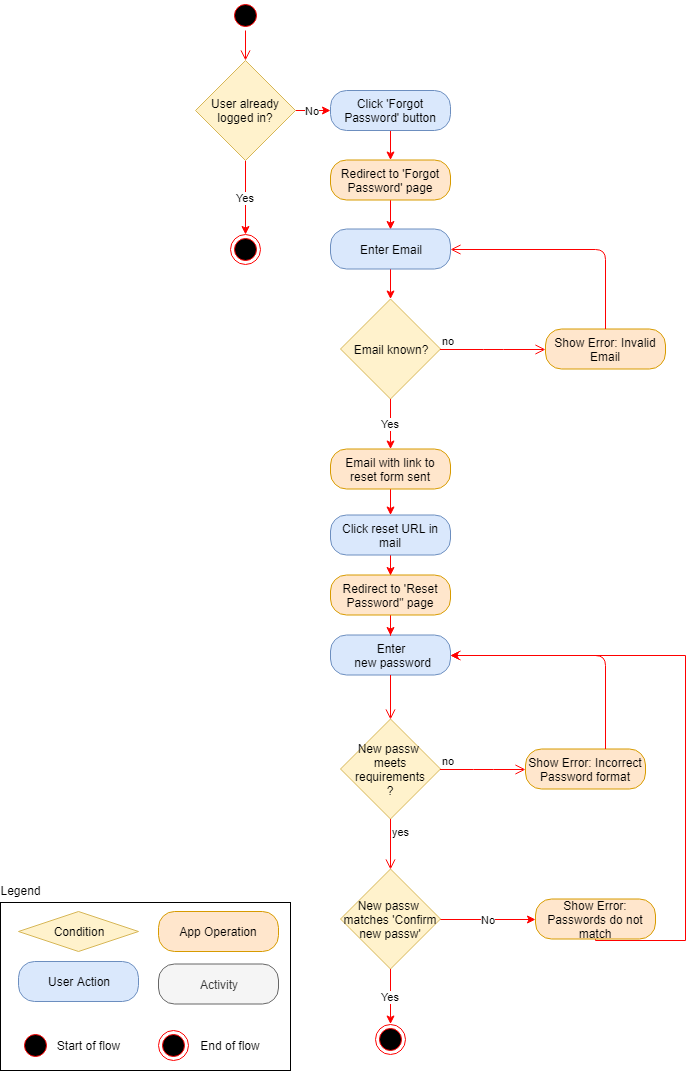
Above: Documentation/Diagrams/Activity Diagram/Screenshots/Event Tracker - Activity Diagram - Reset Password.png in Evdes/EventTracker (draw.io), before the change. Source tidied: cells renumbered, new cells last; positions are measured from the earlier drawing's top-left corner, leaving out a move shared by most shapes.
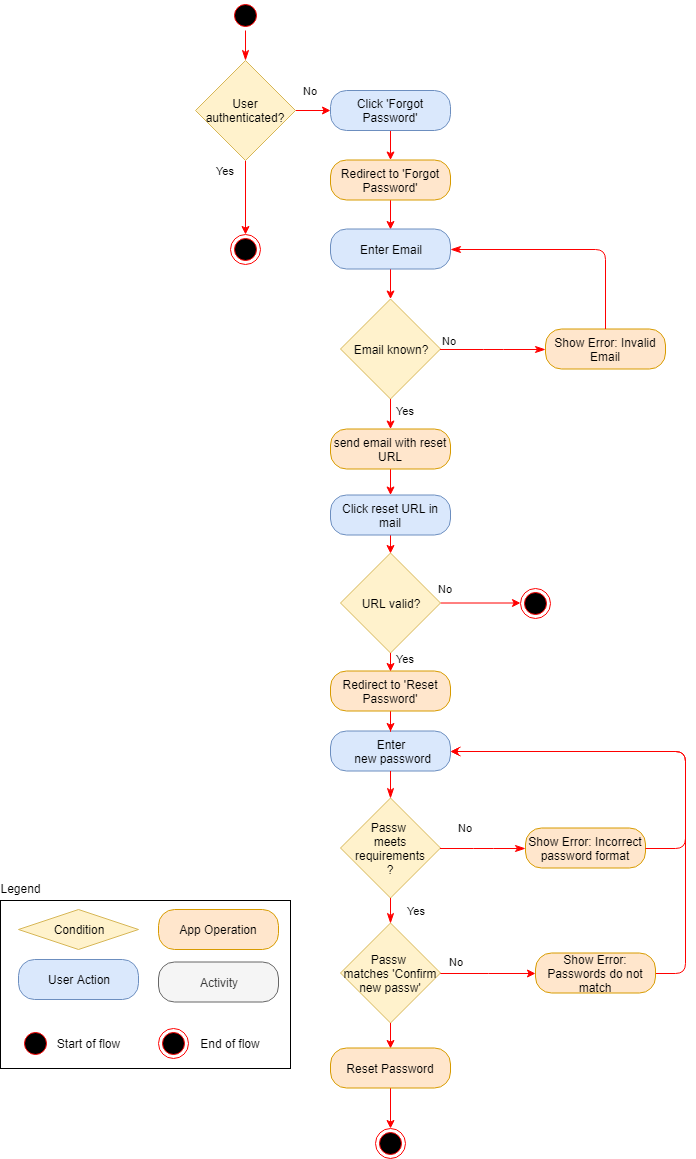
After the commit.

What changed in the source:
```diff
@@ -3,155 +3,181 @@
     <mxCell id="0" />
     <mxCell id="1" parent="0" />
     <mxCell id="2" style="ellipse;html=1;shape=startState;fillColor=#000000;strokeColor=#ff0000;" parent="1" vertex="1">
-      <mxGeometry x="230" width="30" height="30" as="geometry" />
+      <mxGeometry x="230" y="-18" width="30" height="30" as="geometry" />
     </mxCell>
-    <mxCell id="3" style="edgeStyle=orthogonalEdgeStyle;html=1;verticalAlign=bottom;endArrow=open;endSize=8;strokeColor=#ff0000;" parent="1" edge="1" source="2" target="46">
+    <mxCell id="3" style="edgeStyle=orthogonalEdgeStyle;html=1;verticalAlign=bottom;endArrow=classicThin;endSize=8;strokeColor=#ff0000;endFill=1;" parent="1" edge="1" source="2" target="46">
       <mxGeometry relative="1" as="geometry" />
     </mxCell>
     <mxCell id="4" style="edgeStyle=orthogonalEdgeStyle;rounded=0;jettySize=auto;html=1;strokeColor=#FF0000;" parent="1" edge="1" source="5" target="7">
       <mxGeometry relative="1" as="geometry" />
     </mxCell>
-    <mxCell id="5" value="Click 'Forgot Password' button" style="rounded=1;whiteSpace=wrap;html=1;arcSize=40;fillColor=#dae8fc;strokeColor=#6c8ebf;" parent="1" vertex="1">
-      <mxGeometry x="330" y="90" width="120" height="40" as="geometry" />
+    <mxCell id="5" value="Click 'Forgot Password'" style="rounded=1;whiteSpace=wrap;html=1;arcSize=40;fillColor=#dae8fc;strokeColor=#6c8ebf;" parent="1" vertex="1">
+      <mxGeometry x="330" y="72" width="120" height="40" as="geometry" />
     </mxCell>
     <mxCell id="6" style="edgeStyle=orthogonalEdgeStyle;rounded=0;jettySize=auto;html=1;strokeColor=#FF0000;entryX=0.5;entryY=0;entryDx=0;entryDy=0;" parent="1" edge="1" source="7" target="9">
       <mxGeometry relative="1" as="geometry" />
     </mxCell>
-    <mxCell id="7" value="Redirect to 'Forgot Password' page" style="rounded=1;whiteSpace=wrap;html=1;arcSize=40;fillColor=#ffe6cc;strokeColor=#d79b00;" parent="1" vertex="1">
-      <mxGeometry x="330" y="159.5" width="120" height="40" as="geometry" />
+    <mxCell id="7" value="Redirect to 'Forgot Password'" style="rounded=1;whiteSpace=wrap;html=1;arcSize=40;fillColor=#ffe6cc;strokeColor=#d79b00;" parent="1" vertex="1">
+      <mxGeometry x="330" y="141.5" width="120" height="40" as="geometry" />
     </mxCell>
     <mxCell id="8" style="edgeStyle=orthogonalEdgeStyle;rounded=0;jettySize=auto;html=1;strokeColor=#FF0000;" parent="1" edge="1" source="9" target="11">
       <mxGeometry relative="1" as="geometry" />
     </mxCell>
     <mxCell id="9" value="Enter Email" style="rounded=1;whiteSpace=wrap;html=1;arcSize=40;fillColor=#dae8fc;strokeColor=#6c8ebf;" parent="1" vertex="1">
-      <mxGeometry x="330" y="228.5" width="120" height="40" as="geometry" />
+      <mxGeometry x="330" y="210.5" width="120" height="40" as="geometry" />
     </mxCell>
     <mxCell id="10" value="Yes" style="edgeStyle=orthogonalEdgeStyle;rounded=0;jettySize=auto;html=1;strokeColor=#FF0000;" parent="1" edge="1" source="11" target="14">
-      <mxGeometry relative="1" as="geometry" />
+      <mxGeometry x="-0.54" y="15" relative="1" as="geometry" />
     </mxCell>
     <mxCell id="11" value="Email known?" style="rhombus;whiteSpace=wrap;html=1;fillColor=#fff2cc;strokeColor=#d6b656;" parent="1" vertex="1">
-      <mxGeometry x="340" y="298.5" width="100" height="100" as="geometry" />
+      <mxGeometry x="340" y="280.5" width="100" height="100" as="geometry" />
     </mxCell>
-    <mxCell id="12" value="no" style="edgeStyle=orthogonalEdgeStyle;html=1;align=left;verticalAlign=bottom;endArrow=open;endSize=8;strokeColor=#ff0000;entryX=0;entryY=0.5;entryDx=0;entryDy=0;" parent="1" edge="1" source="11" target="21">
+    <mxCell id="12" value="No" style="edgeStyle=orthogonalEdgeStyle;html=1;align=left;verticalAlign=bottom;endArrow=classicThin;endSize=8;strokeColor=#ff0000;entryX=0;entryY=0.5;entryDx=0;entryDy=0;endFill=1;" parent="1" edge="1" source="11" target="21">
       <mxGeometry x="-1" relative="1" as="geometry" />
     </mxCell>
     <mxCell id="13" style="edgeStyle=orthogonalEdgeStyle;rounded=0;jettySize=auto;html=1;strokeColor=#FF0000;" parent="1" edge="1" source="14" target="16">
       <mxGeometry relative="1" as="geometry" />
     </mxCell>
-    <mxCell id="14" value="Email with link to reset form sent" style="rounded=1;whiteSpace=wrap;html=1;arcSize=40;fillColor=#ffe6cc;strokeColor=#d79b00;" parent="1" vertex="1">
-      <mxGeometry x="330" y="448.5" width="120" height="40" as="geometry" />
+    <mxCell id="14" value="send email with reset URL" style="rounded=1;whiteSpace=wrap;html=1;arcSize=40;fillColor=#ffe6cc;strokeColor=#d79b00;" parent="1" vertex="1">
+      <mxGeometry x="330" y="410.5" width="120" height="40" as="geometry" />
     </mxCell>
-    <mxCell id="15" style="edgeStyle=orthogonalEdgeStyle;rounded=0;jettySize=auto;html=1;strokeColor=#FF0000;entryX=0.5;entryY=0;entryDx=0;entryDy=0;" parent="1" edge="1" source="16" target="43">
-      <mxGeometry relative="1" as="geometry" />
-    </mxCell>
+    <mxCell id="48" style="edgeStyle=orthogonalEdgeStyle;rounded=1;jettySize=auto;html=1;entryX=0.5;entryY=0;entryDx=0;entryDy=0;strokeColor=#FF0000;" parent="1" edge="1" source="16" target="51">
+      <mxGeometry relative="1" as="geometry" />
+    </mxCell>
     <mxCell id="16" value="Click reset URL in mail" style="rounded=1;whiteSpace=wrap;html=1;arcSize=40;fillColor=#dae8fc;strokeColor=#6c8ebf;" parent="1" vertex="1">
-      <mxGeometry x="330" y="514.5" width="120" height="40" as="geometry" />
+      <mxGeometry x="330" y="476.5" width="120" height="40" as="geometry" />
     </mxCell>
     <mxCell id="17" value="Enter&lt;br&gt;&amp;nbsp;new password" style="rounded=1;whiteSpace=wrap;html=1;arcSize=40;fillColor=#dae8fc;strokeColor=#6c8ebf;" parent="1" vertex="1">
-      <mxGeometry x="330" y="634.5" width="120" height="40" as="geometry" />
+      <mxGeometry x="330" y="712.5" width="120" height="40" as="geometry" />
     </mxCell>
-    <mxCell id="18" style="edgeStyle=orthogonalEdgeStyle;html=1;verticalAlign=bottom;endArrow=open;endSize=8;strokeColor=#ff0000;entryX=0.5;entryY=0;entryDx=0;entryDy=0;" parent="1" edge="1" source="17" target="19">
+    <mxCell id="18" style="edgeStyle=orthogonalEdgeStyle;html=1;verticalAlign=bottom;endArrow=classicThin;endSize=8;strokeColor=#ff0000;entryX=0.5;entryY=0;entryDx=0;entryDy=0;endFill=1;" parent="1" edge="1" source="17" target="19">
       <mxGeometry relative="1" as="geometry" />
     </mxCell>
-    <mxCell id="19" value="New passw&amp;nbsp;&lt;br&gt;meets requirements&lt;br&gt;?&lt;br&gt;" style="rhombus;whiteSpace=wrap;html=1;fillColor=#fff2cc;strokeColor=#d6b656;" parent="1" vertex="1">
-      <mxGeometry x="340" y="718.5" width="100" height="100" as="geometry" />
+    <mxCell id="19" value="Passw&amp;nbsp;&lt;br&gt;meets requirements&lt;br&gt;?&lt;br&gt;" style="rhombus;whiteSpace=wrap;html=1;fillColor=#fff2cc;strokeColor=#d6b656;" parent="1" vertex="1">
+      <mxGeometry x="340" y="779.5" width="100" height="100" as="geometry" />
     </mxCell>
-    <mxCell id="20" value="no" style="edgeStyle=orthogonalEdgeStyle;html=1;align=left;verticalAlign=bottom;endArrow=open;endSize=8;strokeColor=#ff0000;entryX=0;entryY=0.5;entryDx=0;entryDy=0;" parent="1" edge="1" source="19" target="23">
-      <mxGeometry x="-1" relative="1" as="geometry" />
+    <mxCell id="20" value="No" style="edgeStyle=orthogonalEdgeStyle;html=1;align=left;verticalAlign=bottom;endArrow=classicThin;endSize=8;strokeColor=#ff0000;entryX=0;entryY=0.5;entryDx=0;entryDy=0;endFill=1;" parent="1" edge="1" source="19" target="23">
+      <mxGeometry x="0.02" y="30" relative="1" as="geometry">
+        <mxPoint x="-27" y="18" as="offset" />
+      </mxGeometry>
     </mxCell>
     <mxCell id="21" value="Show Error: Invalid Email" style="rounded=1;whiteSpace=wrap;html=1;arcSize=40;fillColor=#ffe6cc;strokeColor=#d79b00;" parent="1" vertex="1">
-      <mxGeometry x="545" y="328.5" width="120" height="40" as="geometry" />
+      <mxGeometry x="545" y="310.5" width="120" height="40" as="geometry" />
     </mxCell>
-    <mxCell id="22" style="edgeStyle=orthogonalEdgeStyle;html=1;verticalAlign=bottom;endArrow=open;endSize=8;strokeColor=#ff0000;entryX=1;entryY=0.5;entryDx=0;entryDy=0;" parent="1" edge="1" source="21" target="9">
+    <mxCell id="22" style="edgeStyle=orthogonalEdgeStyle;html=1;verticalAlign=bottom;endArrow=classicThin;endSize=8;strokeColor=#ff0000;entryX=1;entryY=0.5;entryDx=0;entryDy=0;endFill=1;" parent="1" edge="1" source="21" target="9">
       <mxGeometry relative="1" as="geometry">
         <Array as="points">
-          <mxPoint x="605" y="248.5" />
+          <mxPoint x="605" y="230.5" />
         </Array>
       </mxGeometry>
     </mxCell>
-    <mxCell id="23" value="Show Error:&amp;nbsp;Incorrect Password format" style="rounded=1;whiteSpace=wrap;html=1;arcSize=40;fillColor=#ffe6cc;strokeColor=#d79b00;" parent="1" vertex="1">
-      <mxGeometry x="525" y="748.5" width="120" height="40" as="geometry" />
+    <mxCell id="23" value="Show Error:&amp;nbsp;Incorrect password format" style="rounded=1;whiteSpace=wrap;html=1;arcSize=40;fillColor=#ffe6cc;strokeColor=#d79b00;" parent="1" vertex="1">
+      <mxGeometry x="525" y="809.5" width="120" height="40" as="geometry" />
     </mxCell>
     <mxCell id="24" style="edgeStyle=orthogonalEdgeStyle;html=1;verticalAlign=bottom;endArrow=open;endSize=8;strokeColor=#ff0000;entryX=1;entryY=0.5;entryDx=0;entryDy=0;" parent="1" edge="1" source="23" target="17">
       <mxGeometry relative="1" as="geometry">
         <Array as="points">
-          <mxPoint x="605" y="654.5" />
+          <mxPoint x="685" y="830" />
+          <mxPoint x="685" y="733" />
         </Array>
       </mxGeometry>
     </mxCell>
-    <mxCell id="25" style="edgeStyle=orthogonalEdgeStyle;rounded=0;jettySize=auto;html=1;strokeColor=#FF0000;entryX=1;entryY=0.5;entryDx=0;entryDy=0;" parent="1" edge="1" source="26" target="17">
+    <mxCell id="25" style="edgeStyle=orthogonalEdgeStyle;rounded=1;jettySize=auto;html=1;strokeColor=#FF0000;entryX=1;entryY=0.5;entryDx=0;entryDy=0;exitX=1;exitY=0.5;exitDx=0;exitDy=0;" parent="1" edge="1" source="26" target="17">
       <mxGeometry relative="1" as="geometry">
         <Array as="points">
-          <mxPoint x="685" y="939.5" />
-          <mxPoint x="685" y="654.5" />
+          <mxPoint x="685" y="955" />
+          <mxPoint x="685" y="733" />
         </Array>
       </mxGeometry>
     </mxCell>
     <mxCell id="26" value="Show Error: Passwords do not match" style="rounded=1;whiteSpace=wrap;html=1;arcSize=40;fillColor=#ffe6cc;strokeColor=#d79b00;" parent="1" vertex="1">
-      <mxGeometry x="535" y="898.5" width="120" height="40" as="geometry" />
+      <mxGeometry x="535" y="934.5" width="120" height="40" as="geometry" />
     </mxCell>
     <mxCell id="27" value="No" style="edgeStyle=orthogonalEdgeStyle;rounded=0;jettySize=auto;html=1;strokeColor=#FF0000;entryX=0;entryY=0.5;entryDx=0;entryDy=0;" parent="1" edge="1" source="28" target="26">
-      <mxGeometry relative="1" as="geometry" />
+      <mxGeometry x="0.02" y="35" relative="1" as="geometry">
+        <mxPoint x="-32" y="23" as="offset" />
+      </mxGeometry>
     </mxCell>
+    <mxCell id="49" style="edgeStyle=orthogonalEdgeStyle;rounded=1;jettySize=auto;html=1;strokeColor=#FF0000;entryX=0.5;entryY=0;entryDx=0;entryDy=0;" parent="1" edge="1" source="28" target="54">
+      <mxGeometry relative="1" as="geometry" />
+    </mxCell>
-    <mxCell id="28" value="New passw &lt;br&gt;matches 'Confirm new passw'" style="rhombus;whiteSpace=wrap;html=1;fillColor=#fff2cc;strokeColor=#d6b656;" parent="1" vertex="1">
-      <mxGeometry x="340" y="868.5" width="100" height="100" as="geometry" />
+    <mxCell id="28" value="Passw &lt;br&gt;matches 'Confirm new passw'" style="rhombus;whiteSpace=wrap;html=1;fillColor=#fff2cc;strokeColor=#d6b656;" parent="1" vertex="1">
+      <mxGeometry x="340" y="904.5" width="100" height="100" as="geometry" />
     </mxCell>
-    <mxCell id="29" value="yes" style="edgeStyle=orthogonalEdgeStyle;html=1;align=left;verticalAlign=top;endArrow=open;endSize=8;strokeColor=#ff0000;entryX=0.5;entryY=0;entryDx=0;entryDy=0;" parent="1" edge="1" source="19" target="28">
-      <mxGeometry x="-1" relative="1" as="geometry" />
+    <mxCell id="29" value="Yes" style="edgeStyle=orthogonalEdgeStyle;html=1;align=left;verticalAlign=top;endArrow=classicThin;endSize=8;strokeColor=#ff0000;entryX=0.5;entryY=0;entryDx=0;entryDy=0;endFill=1;" parent="1" edge="1" source="19" target="28">
+      <mxGeometry x="-1" y="15" relative="1" as="geometry" />
     </mxCell>
     <mxCell id="30" style="ellipse;html=1;shape=endState;fillColor=#000000;strokeColor=#ff0000;" parent="1" vertex="1">
-      <mxGeometry x="375" y="1023.5" width="30" height="30" as="geometry" />
+      <mxGeometry x="375" y="1110" width="30" height="30" as="geometry" />
     </mxCell>
-    <mxCell id="31" value="Yes" style="edgeStyle=orthogonalEdgeStyle;rounded=0;jettySize=auto;html=1;strokeColor=#FF0000;" parent="1" edge="1" source="28" target="30">
-      <mxGeometry relative="1" as="geometry" />
-    </mxCell>
     <mxCell id="32" style="rounded=0;whiteSpace=wrap;html=1;fillColor=none;" parent="1" vertex="1">
-      <mxGeometry y="902" width="290" height="168" as="geometry" />
+      <mxGeometry y="882" width="290" height="168" as="geometry" />
     </mxCell>
     <mxCell id="33" value="User Action" style="rounded=1;whiteSpace=wrap;html=1;arcSize=40;fillColor=#dae8fc;strokeColor=#6c8ebf;" parent="1" vertex="1">
-      <mxGeometry x="18" y="961" width="120" height="40" as="geometry" />
+      <mxGeometry x="18" y="941" width="120" height="40" as="geometry" />
     </mxCell>
     <mxCell id="34" value="Legend" style="text;html=1;strokeColor=none;fillColor=none;align=center;verticalAlign=middle;whiteSpace=wrap;rounded=0;" parent="1" vertex="1">
-      <mxGeometry y="880" width="40" height="20" as="geometry" />
+      <mxGeometry y="860" width="40" height="20" as="geometry" />
     </mxCell>
     <mxCell id="35" value="Activity" style="rounded=1;whiteSpace=wrap;html=1;arcSize=40;fillColor=#f5f5f5;strokeColor=#666666;fontColor=#333333;" parent="1" vertex="1">
-      <mxGeometry x="158" y="963.5" width="120" height="40" as="geometry" />
+      <mxGeometry x="158" y="943.5" width="120" height="40" as="geometry" />
     </mxCell>
     <mxCell id="36" value="Condition" style="rhombus;whiteSpace=wrap;html=1;fillColor=#fff2cc;strokeColor=#d6b656;" parent="1" vertex="1">
-      <mxGeometry x="18" y="911" width="120" height="40" as="geometry" />
+      <mxGeometry x="18" y="891" width="120" height="40" as="geometry" />
     </mxCell>
     <mxCell id="37" value="App Operation" style="rounded=1;whiteSpace=wrap;html=1;arcSize=40;fillColor=#ffe6cc;strokeColor=#d79b00;" parent="1" vertex="1">
-      <mxGeometry x="158" y="911" width="120" height="40" as="geometry" />
+      <mxGeometry x="158" y="891" width="120" height="40" as="geometry" />
     </mxCell>
     <mxCell id="38" style="ellipse;html=1;shape=startState;fillColor=#000000;strokeColor=#ff0000;" parent="1" vertex="1">
-      <mxGeometry x="20" y="1030" width="30" height="30" as="geometry" />
+      <mxGeometry x="20" y="1010" width="30" height="30" as="geometry" />
     </mxCell>
     <mxCell id="39" style="ellipse;html=1;shape=endState;fillColor=#000000;strokeColor=#ff0000;" parent="1" vertex="1">
-      <mxGeometry x="158" y="1030" width="30" height="30" as="geometry" />
+      <mxGeometry x="158" y="1010" width="30" height="30" as="geometry" />
     </mxCell>
     <mxCell id="40" value="Start of flow" style="text;html=1;strokeColor=none;fillColor=none;align=center;verticalAlign=middle;whiteSpace=wrap;rounded=0;" parent="1" vertex="1">
-      <mxGeometry x="50" y="1035" width="75" height="20" as="geometry" />
+      <mxGeometry x="50" y="1015" width="75" height="20" as="geometry" />
     </mxCell>
     <mxCell id="41" value="End of flow" style="text;html=1;strokeColor=none;fillColor=none;align=center;verticalAlign=middle;whiteSpace=wrap;rounded=0;" parent="1" vertex="1">
-      <mxGeometry x="195" y="1035" width="70" height="20" as="geometry" />
+      <mxGeometry x="195" y="1015" width="70" height="20" as="geometry" />
     </mxCell>
     <mxCell id="42" style="edgeStyle=orthogonalEdgeStyle;rounded=0;jettySize=auto;html=1;strokeColor=#FF0000;entryX=0.5;entryY=0;entryDx=0;entryDy=0;" parent="1" edge="1" source="43" target="17">
       <mxGeometry relative="1" as="geometry" />
     </mxCell>
-    <mxCell id="43" value="Redirect to 'Reset Password&quot; page" style="rounded=1;whiteSpace=wrap;html=1;arcSize=40;fillColor=#ffe6cc;strokeColor=#d79b00;" parent="1" vertex="1">
-      <mxGeometry x="330" y="574.5" width="120" height="40" as="geometry" />
+    <mxCell id="43" value="Redirect to 'Reset Password'" style="rounded=1;whiteSpace=wrap;html=1;arcSize=40;fillColor=#ffe6cc;strokeColor=#d79b00;" parent="1" vertex="1">
+      <mxGeometry x="330" y="652.5" width="120" height="40" as="geometry" />
     </mxCell>
     <mxCell id="44" value="Yes" style="edgeStyle=orthogonalEdgeStyle;rounded=0;jettySize=auto;html=1;strokeColor=#FF0000;entryX=0.5;entryY=0;entryDx=0;entryDy=0;" parent="1" edge="1" source="46" target="47">
-      <mxGeometry relative="1" as="geometry" />
+      <mxGeometry x="-0.73" y="-20" relative="1" as="geometry" />
     </mxCell>
     <mxCell id="45" value="No" style="edgeStyle=orthogonalEdgeStyle;rounded=0;jettySize=auto;html=1;strokeColor=#FF0000;" parent="1" edge="1" source="46" target="5">
-      <mxGeometry relative="1" as="geometry" />
+      <mxGeometry x="0.11" y="20" relative="1" as="geometry" />
     </mxCell>
-    <mxCell id="46" value="User already logged in?" style="rhombus;whiteSpace=wrap;html=1;fillColor=#fff2cc;strokeColor=#d6b656;" parent="1" vertex="1">
-      <mxGeometry x="195" y="60" width="100" height="100" as="geometry" />
+    <mxCell id="46" value="User authenticated?" style="rhombus;whiteSpace=wrap;html=1;fillColor=#fff2cc;strokeColor=#d6b656;" parent="1" vertex="1">
+      <mxGeometry x="195" y="42" width="100" height="100" as="geometry" />
     </mxCell>
     <mxCell id="47" style="ellipse;html=1;shape=endState;fillColor=#000000;strokeColor=#ff0000;" parent="1" vertex="1">
-      <mxGeometry x="230" y="233.5" width="30" height="30" as="geometry" />
+      <mxGeometry x="230" y="215.5" width="30" height="30" as="geometry" />
     </mxCell>
+    <mxCell id="31" value="Yes" style="edgeStyle=orthogonalEdgeStyle;rounded=1;jettySize=auto;html=1;strokeColor=#FF0000;entryX=0.5;entryY=0;entryDx=0;entryDy=0;" parent="1" edge="1" source="51" target="43">
+      <mxGeometry x="0.58" y="15" relative="1" as="geometry" />
+    </mxCell>
+    <mxCell id="50" value="No" style="edgeStyle=orthogonalEdgeStyle;rounded=1;jettySize=auto;html=1;strokeColor=#FF0000;" parent="1" edge="1" source="51">
+      <mxGeometry x="-0.88" y="15" relative="1" as="geometry">
+        <mxPoint x="520" y="584.5" as="targetPoint" />
+        <mxPoint y="1" as="offset" />
+      </mxGeometry>
+    </mxCell>
+    <mxCell id="51" value="URL valid?&lt;br&gt;" style="rhombus;whiteSpace=wrap;html=1;fillColor=#fff2cc;strokeColor=#d6b656;" parent="1" vertex="1">
+      <mxGeometry x="340" y="534.5" width="100" height="100" as="geometry" />
+    </mxCell>
+    <mxCell id="52" style="ellipse;html=1;shape=endState;fillColor=#000000;strokeColor=#ff0000;" parent="1" vertex="1">
+      <mxGeometry x="520" y="569.5" width="30" height="30" as="geometry" />
+    </mxCell>
+    <mxCell id="53" style="edgeStyle=orthogonalEdgeStyle;rounded=1;jettySize=auto;html=1;strokeColor=#FF0000;entryX=0.5;entryY=0;entryDx=0;entryDy=0;" parent="1" edge="1" source="54" target="30">
+      <mxGeometry relative="1" as="geometry" />
+    </mxCell>
+    <mxCell id="54" value="Reset Password" style="rounded=1;whiteSpace=wrap;html=1;arcSize=40;fillColor=#ffe6cc;strokeColor=#d79b00;" parent="1" vertex="1">
+      <mxGeometry x="330" y="1029.5" width="120" height="40" as="geometry" />
+    </mxCell>
   </root>
 </mxGraphModel>
```
